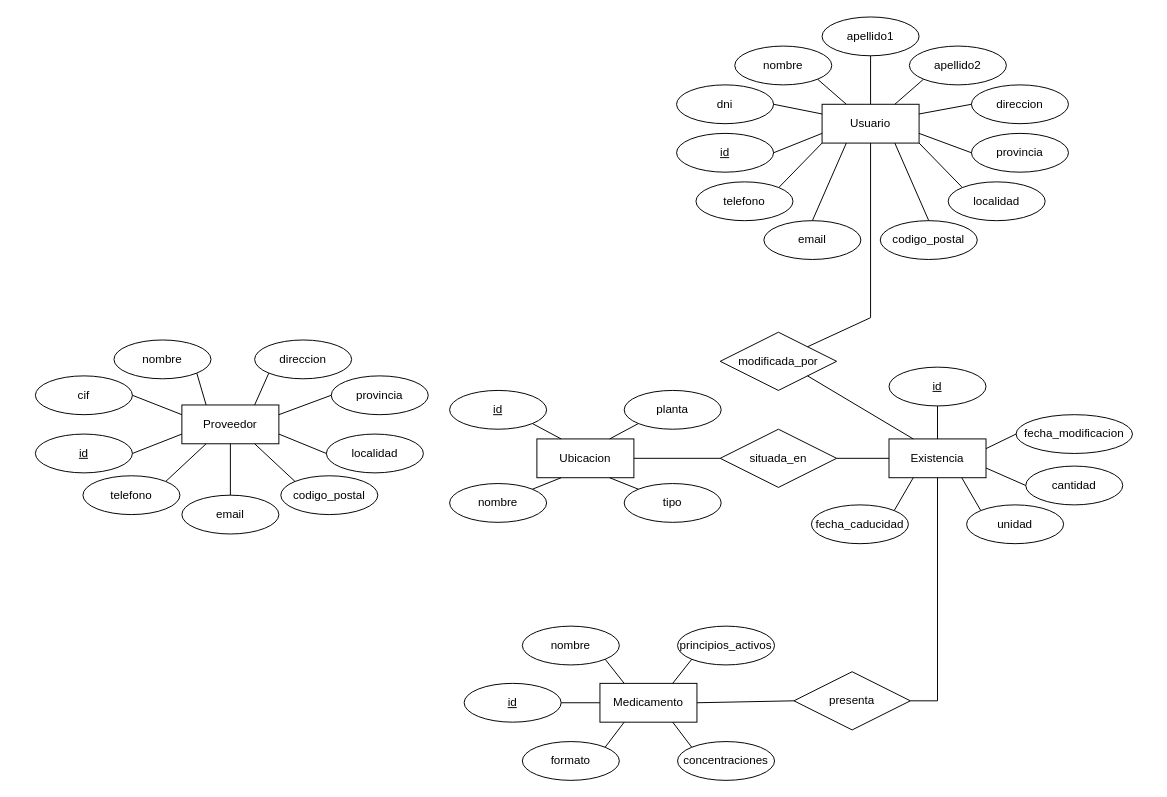
Earlier version of the draw.io diagram Diagrama sin título.drawio (mariopr25/AlmacenMedicamentosER). Source tidied: cells renumbered, new cells numbered last; positions are measured from the earlier drawing's top-left corner, leaving out a move shared by most shapes. Both pictures are drawn from the tidied source at 97%, with x=0, y=0 at pixel (16, 16).
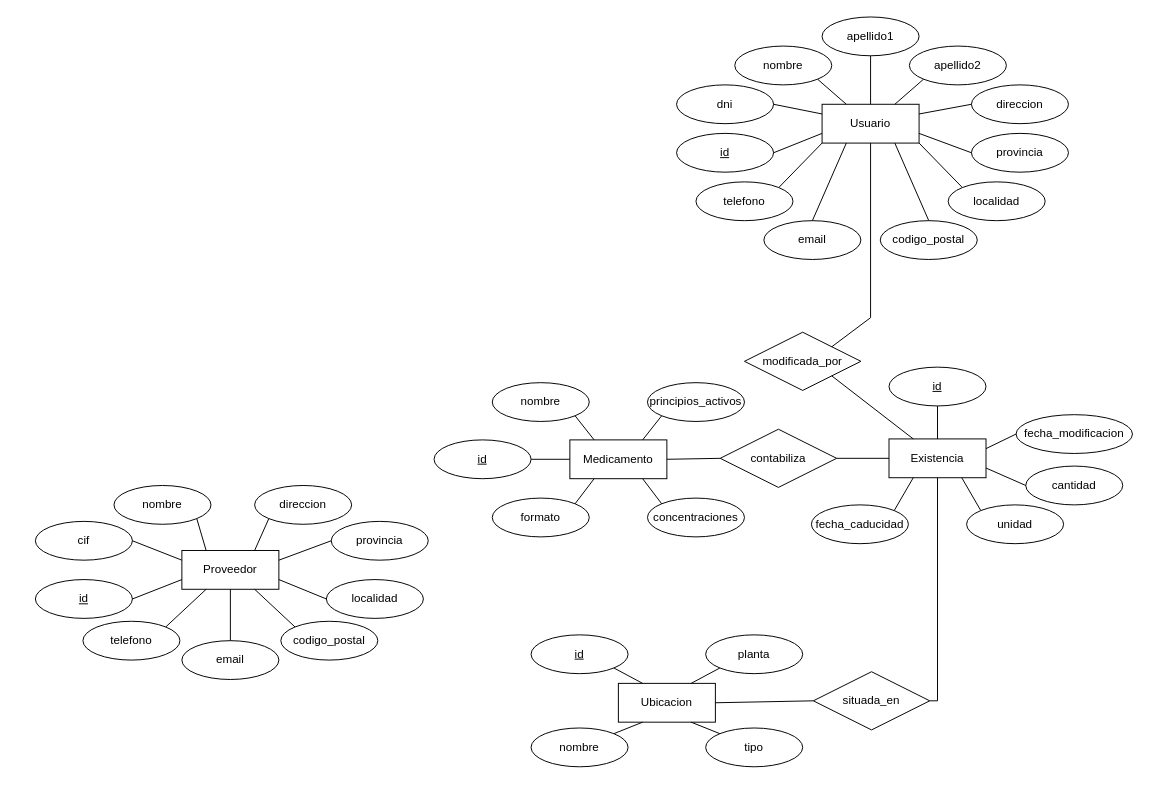
The same diagram, later.

The change refers to these unchanged cells:
```xml
<mxCell id="48" value="Ubicacion" style="whiteSpace=wrap;html=1;align=center;" parent="47" vertex="1">
  <mxGeometry x="110" y="50" width="100" height="40" as="geometry" />
</mxCell>
<mxCell id="58" value="Medicamento" style="whiteSpace=wrap;html=1;align=center;" parent="57" vertex="1">
  <mxGeometry x="160" y="62" width="100" height="40" as="geometry" />
</mxCell>
```

Diff of the diagram source:
```diff
@@
     <mxCell id="2" style="group;" parent="1" vertex="1">
-      <mxGeometry y="330" width="440" height="210" as="geometry" />
+      <mxGeometry y="480" width="440" height="210" as="geometry" />
     </mxCell>
@@
     <mxCell id="47" style="group;" parent="1" vertex="1">
-      <mxGeometry x="426" y="385" width="330" height="150" as="geometry" />
+      <mxGeometry x="510" y="637" width="330" height="150" as="geometry" />
     </mxCell>
@@
     <mxCell id="57" style="group;" parent="1" vertex="1">
-      <mxGeometry x="441" y="625" width="360" height="162" as="geometry" />
+      <mxGeometry x="410" y="374" width="360" height="162" as="geometry" />
     </mxCell>
@@
-    <mxCell id="69" value="situada_en" style="shape=rhombus;perimeter=rhombusPerimeter;whiteSpace=wrap;html=1;align=center;" parent="1" vertex="1">
+    <mxCell id="69" value="contabiliza" style="shape=rhombus;perimeter=rhombusPerimeter;whiteSpace=wrap;html=1;align=center;" parent="1" vertex="1">
       <mxGeometry x="725" y="425" width="120" height="60" as="geometry" />
     </mxCell>
@@
-    <mxCell id="82" value="presenta" style="shape=rhombus;perimeter=rhombusPerimeter;whiteSpace=wrap;html=1;align=center;" parent="1" vertex="1">
-      <mxGeometry x="801" y="675" width="120" height="60" as="geometry" />
+    <mxCell id="82" value="situada_en" style="shape=rhombus;perimeter=rhombusPerimeter;whiteSpace=wrap;html=1;align=center;" parent="1" vertex="1">
+      <mxGeometry x="821" y="675" width="120" height="60" as="geometry" />
     </mxCell>
@@
-    <mxCell id="84" style="endArrow=none;html=1;rounded=0;entryX=0;entryY=0.5;entryDx=0;entryDy=0;exitX=1;exitY=0.5;exitDx=0;exitDy=0;" parent="1" edge="1" source="58" target="82">
+    <mxCell id="84" style="endArrow=none;html=1;rounded=0;entryX=0;entryY=0.5;entryDx=0;entryDy=0;exitX=1;exitY=0.5;exitDx=0;exitDy=0;" parent="1" edge="1" source="58" target="69">
       <mxGeometry relative="1" as="geometry" />
     </mxCell>
@@
-    <mxCell id="86" style="endArrow=none;html=1;rounded=0;entryX=0;entryY=0.5;entryDx=0;entryDy=0;exitX=1;exitY=0.5;exitDx=0;exitDy=0;" parent="1" edge="1" source="48" target="69">
+    <mxCell id="86" style="endArrow=none;html=1;rounded=0;entryX=0;entryY=0.5;entryDx=0;entryDy=0;exitX=1;exitY=0.5;exitDx=0;exitDy=0;" parent="1" edge="1" source="48" target="82">
       <mxGeometry relative="1" as="geometry" />
     </mxCell>
     <mxCell id="87" value="modificada_por" style="shape=rhombus;perimeter=rhombusPerimeter;whiteSpace=wrap;html=1;align=center;" parent="1" vertex="1">
-      <mxGeometry x="725" y="325" width="120" height="60" as="geometry" />
+      <mxGeometry x="750" y="325" width="120" height="60" as="geometry" />
     </mxCell>
```
